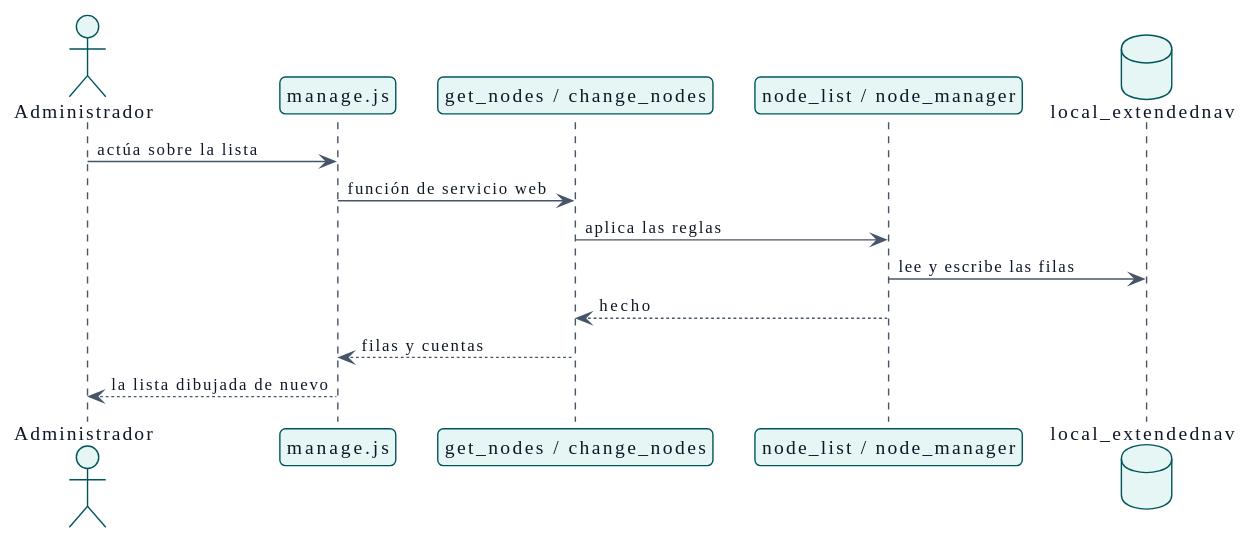
The PlantUML diagram docs/es/technical/design/use-cases/customiseSecondaryNavigation/sequence.svg in didactika/moodle-local_extendednav, before a commit. The source it was exported from:
```plantuml
@startuml
!theme plain
skinparam backgroundColor #FFFFFF
skinparam defaultFontName IBM Plex Sans
skinparam defaultFontSize 14
skinparam defaultFontColor #0F172A
skinparam shadowing false
skinparam packageStyle rectangle
skinparam ArrowFontSize 12
skinparam ClassAttributeIconSize 0
skinparam roundCorner 8
skinparam ArrowColor #475569
skinparam ArrowFontColor #0F172A
skinparam NoteBackgroundColor #FDF3DC
skinparam NoteBorderColor #00555A
skinparam NoteFontColor #0F172A
skinparam class {
  BackgroundColor #E6F6F4
  BorderColor #00555A
  FontColor #0F172A
}
skinparam entity {
  BackgroundColor #E6F6F4
  BorderColor #00555A
  FontColor #0F172A
}
skinparam participant {
  BackgroundColor #E6F6F4
  BorderColor #00555A
  FontColor #0F172A
}
skinparam actor {
  BackgroundColor #E6F6F4
  BorderColor #00555A
  FontColor #0F172A
}
skinparam database {
  BackgroundColor #E6F6F4
  BorderColor #00555A
  FontColor #0F172A
}
skinparam component {
  BackgroundColor #E6F6F4
  BorderColor #00555A
  FontColor #0F172A
}
skinparam node {
  BackgroundColor #E6F6F4
  BorderColor #00555A
  FontColor #0F172A
}
skinparam usecase {
  BackgroundColor #E6F6F4
  BorderColor #00555A
  FontColor #0F172A
}
skinparam interface {
  BackgroundColor #E6F6F4
  BorderColor #00555A
  FontColor #0F172A
}
skinparam state {
  BackgroundColor #E6F6F4
  BorderColor #00555A
  FontColor #0F172A
  StartColor #475569
  EndColor #475569
  ArrowColor #475569
}
skinparam package {
  BackgroundColor #F1F5F9
  BorderColor #00555A
  FontColor #0F172A
}
skinparam sequence {
  LifeLineBorderColor #475569
  LifeLineBackgroundColor #E6F6F4
  ArrowColor #475569
  GroupBorderColor #00555A
  GroupBackgroundColor #F1F5F9
}
skinparam package<<level1>> {
  BackgroundColor #A7DDD5
  BorderColor #00555A
  FontColor #0F172A
}
skinparam package<<level2>> {
  BackgroundColor #C8EEE9
  BorderColor #00555A
  FontColor #0F172A
}
skinparam package<<level3>> {
  BackgroundColor #E6F6F4
  BorderColor #00555A
  FontColor #0F172A
}
skinparam package<<level4>> {
  BackgroundColor #F4FBFA
  BorderColor #00555A
  FontColor #0F172A
}
hide <<level1>> stereotype
hide <<level2>> stereotype
hide <<level3>> stereotype
hide <<level4>> stereotype
skinparam linetype polyline
skinparam responseMessageBelowArrow true

actor "Administrador" as p0
participant "manage.js" as p1
participant "get_nodes / change_nodes" as p2
participant "node_list / node_manager" as p3
database "local_extendednav" as p4

p0 -> p1 : actúa sobre la lista
p1 -> p2 : función de servicio web
p2 -> p3 : aplica las reglas
p3 -> p4 : lee y escribe las filas
p3 --> p2 : hecho
p2 --> p1 : filas y cuentas
p1 --> p0 : la lista dibujada de nuevo
@enduml
```
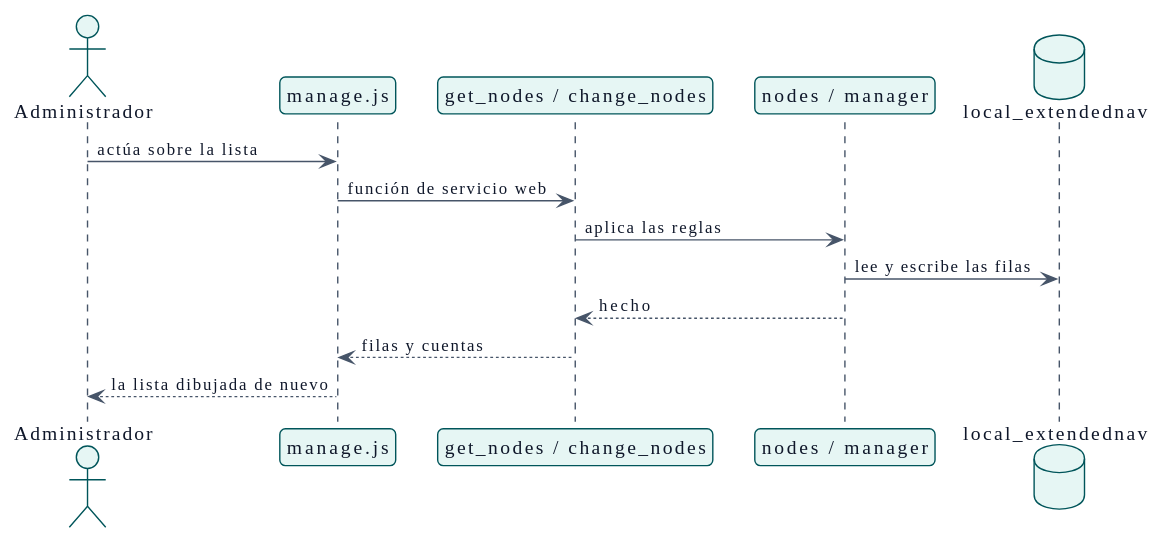
After the change.

Diff of the diagram source:
```diff
@@ -109,7 +109,7 @@
 actor "Administrador" as p0
 participant "manage.js" as p1
 participant "get_nodes / change_nodes" as p2
-participant "node_list / node_manager" as p3
+participant "nodes / manager" as p3
 database "local_extendednav" as p4
 
 p0 -> p1 : actúa sobre la lista
```
